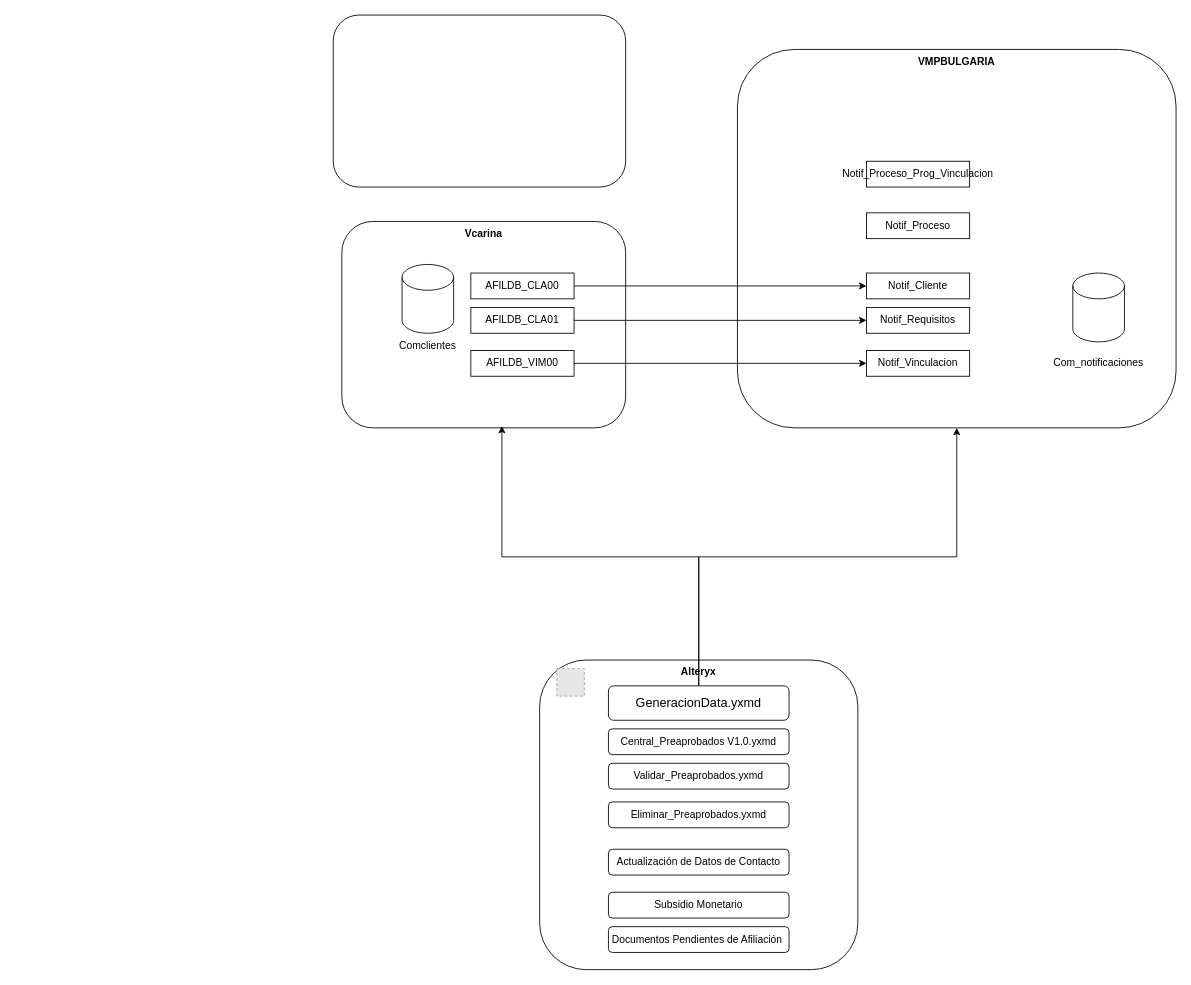
Above: SistemaDeAlertas.drawio in carlosvalderrama1204/diagrams (draw.io), before the change. Source tidied: cells renumbered, new cells numbered last; positions are measured from the earlier drawing's top-left corner, leaving out a move shared by most shapes. Both pictures are drawn from the tidied source at 86%, with x=0, y=0 at pixel (333, 15). Pictures stored in the file or linked from it are replaced by grey dashed boxes.
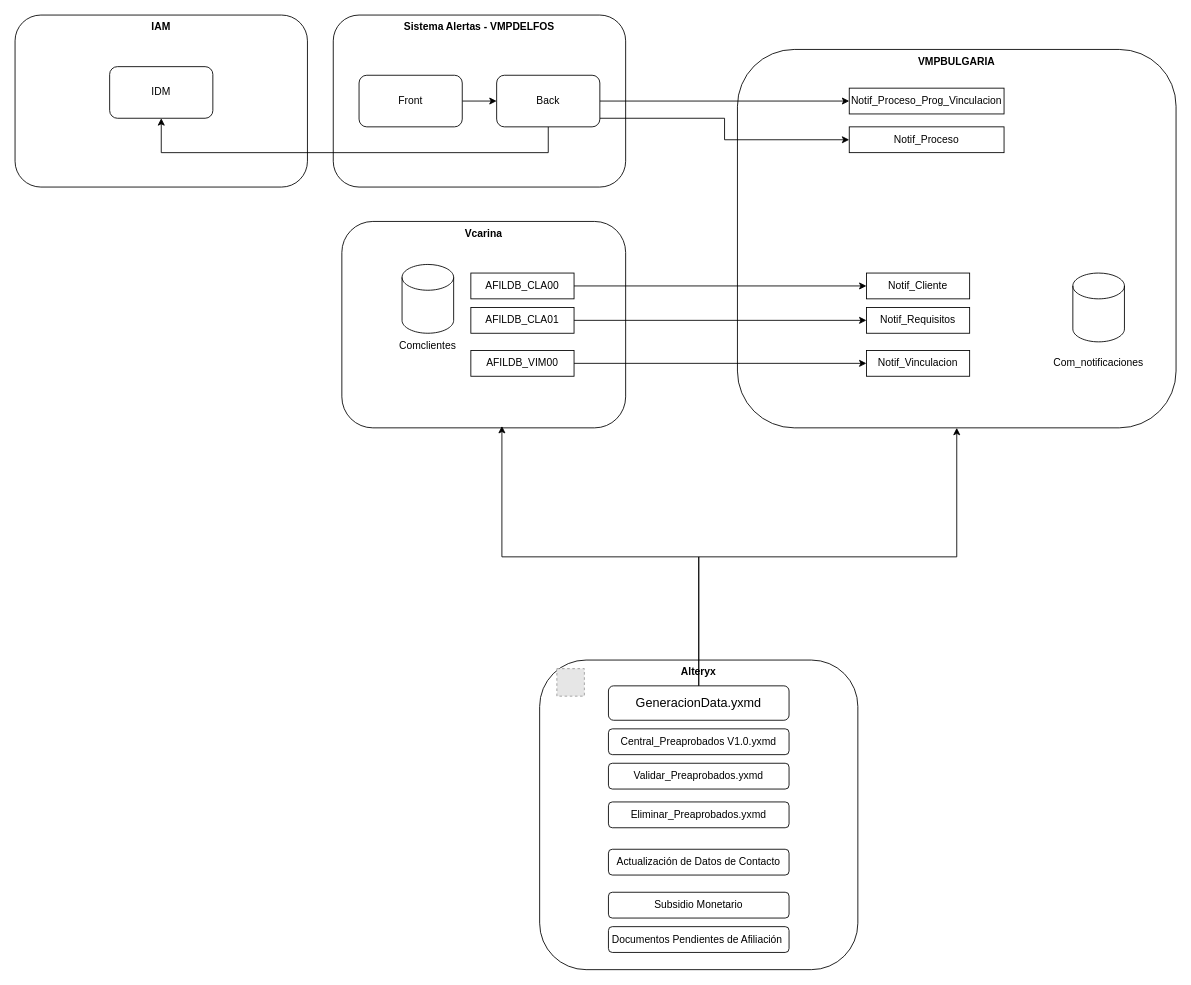
The same page after the edit.

Diff of the diagram source:
```diff
@@
+    <mxCell id="31" value="&lt;b&gt;IAM&lt;/b&gt;" style="rounded=1;whiteSpace=wrap;html=1;verticalAlign=top;" parent="1" vertex="1">
+      <mxGeometry x="-370" width="340" height="200" as="geometry" />
+    </mxCell>
@@
     <mxCell id="28" value="Notif_Proceso" style="rounded=0;whiteSpace=wrap;html=1;" parent="1" vertex="1">
-      <mxGeometry x="620" y="230" width="120" height="30" as="geometry" />
+      <mxGeometry x="600" y="130" width="180" height="30" as="geometry" />
     </mxCell>
     <mxCell id="29" value="Notif_Proceso_Prog_Vinculacion" style="rounded=0;whiteSpace=wrap;html=1;" parent="1" vertex="1">
-      <mxGeometry x="620" y="170" width="120" height="30" as="geometry" />
+      <mxGeometry x="600" y="85" width="180" height="30" as="geometry" />
     </mxCell>
-    <mxCell id="30" style="rounded=1;whiteSpace=wrap;html=1;" parent="1" vertex="1">
+    <mxCell id="30" value="&lt;b&gt;Sistema Alertas - VMPDELFOS&lt;/b&gt;" style="rounded=1;whiteSpace=wrap;html=1;verticalAlign=top;" parent="1" vertex="1">
       <mxGeometry width="340" height="200" as="geometry" />
     </mxCell>
+    <mxCell id="32" style="edgeStyle=orthogonalEdgeStyle;rounded=0;jettySize=auto;html=1;entryX=0;entryY=0.5;entryDx=0;entryDy=0;" parent="1" edge="1" source="33" target="37">
+      <mxGeometry relative="1" as="geometry" />
+    </mxCell>
+    <mxCell id="33" value="Front" style="rounded=1;whiteSpace=wrap;html=1;" parent="1" vertex="1">
+      <mxGeometry x="30" y="70" width="120" height="60" as="geometry" />
+    </mxCell>
+    <mxCell id="34" style="edgeStyle=orthogonalEdgeStyle;rounded=0;jettySize=auto;html=1;entryX=0.5;entryY=1;entryDx=0;entryDy=0;" parent="1" edge="1" source="37" target="38">
+      <mxGeometry relative="1" as="geometry">
+        <Array as="points">
+          <mxPoint x="250" y="160" />
+          <mxPoint x="-200" y="160" />
+        </Array>
+      </mxGeometry>
+    </mxCell>
+    <mxCell id="35" style="edgeStyle=orthogonalEdgeStyle;rounded=0;jettySize=auto;html=1;entryX=0;entryY=0.5;entryDx=0;entryDy=0;" parent="1" edge="1" source="37" target="29">
+      <mxGeometry relative="1" as="geometry" />
+    </mxCell>
+    <mxCell id="36" style="edgeStyle=orthogonalEdgeStyle;rounded=0;jettySize=auto;html=1;" parent="1" edge="1" source="37" target="28">
+      <mxGeometry relative="1" as="geometry">
+        <Array as="points">
+          <mxPoint x="455" y="120" />
+          <mxPoint x="455" y="145" />
+        </Array>
+      </mxGeometry>
+    </mxCell>
+    <mxCell id="37" value="Back" style="rounded=1;whiteSpace=wrap;html=1;" parent="1" vertex="1">
+      <mxGeometry x="190" y="70" width="120" height="60" as="geometry" />
+    </mxCell>
+    <mxCell id="38" value="IDM" style="rounded=1;whiteSpace=wrap;html=1;" parent="1" vertex="1">
+      <mxGeometry x="-260" y="60" width="120" height="60" as="geometry" />
+    </mxCell>
```
